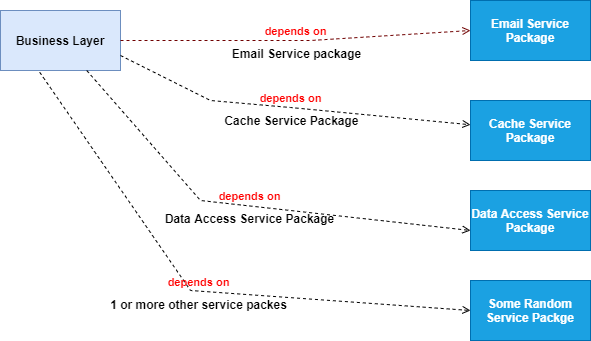
Earlier version of the draw.io export Images/PluginWithDependencyInversion.drawio.png (AdilAta/PluginWithDependencyInversion). Source tidied: cells renumbered, new cells last; positions are measured from the earlier drawing's top-left corner, leaving out a move shared by most shapes.
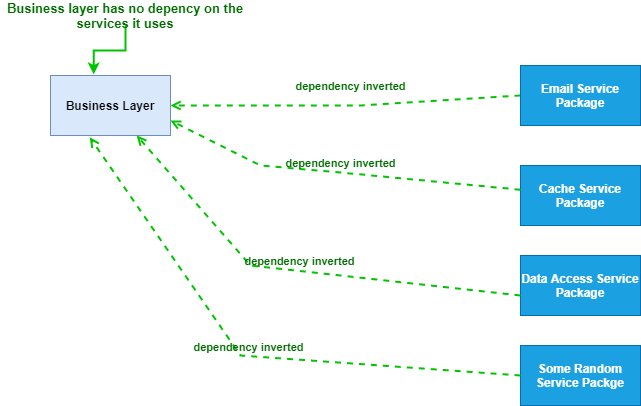
Later version of the same file.

Diff of the diagram source:
```diff
@@ -2,19 +2,16 @@
   <root>
     <mxCell id="0" />
     <mxCell id="1" parent="0" />
+    <mxCell id="3" value="&lt;font color=&quot;#006e00&quot;&gt;&lt;b&gt;dependency inverted&lt;/b&gt;&lt;/font&gt;" style="endArrow=open;html=1;rounded=0;align=center;verticalAlign=bottom;dashed=1;endFill=0;labelBackgroundColor=none;exitX=0;exitY=0.5;exitDx=0;exitDy=0;entryX=1;entryY=0.5;entryDx=0;entryDy=0;fontStyle=0;fillColor=#008a00;strokeWidth=2;strokeColor=#00C400;" parent="1" edge="1" source="5" target="2">
+      <mxGeometry x="-0.03" y="-10" relative="1" as="geometry">
+        <Array as="points">
+          <mxPoint x="310" y="40" />
+        </Array>
+      </mxGeometry>
+    </mxCell>
     <mxCell id="2" value="Business Layer" style="rounded=0;whiteSpace=wrap;html=1;fontStyle=1;fillColor=#dae8fc;strokeColor=#6c8ebf;" parent="1" vertex="1">
       <mxGeometry y="10" width="120" height="60" as="geometry" />
     </mxCell>
-    <mxCell id="3" value="&lt;font color=&quot;#ff0000&quot;&gt;depends on&lt;/font&gt;" style="endArrow=open;html=1;rounded=0;align=center;verticalAlign=bottom;dashed=1;endFill=0;labelBackgroundColor=none;exitX=1;exitY=0.5;exitDx=0;exitDy=0;entryX=0;entryY=0.5;entryDx=0;entryDy=0;fontStyle=1;fillColor=#a20025;strokeColor=#6F0000;" parent="1" edge="1" source="2" target="5">
-      <mxGeometry relative="1" as="geometry">
-        <Array as="points">
-          <mxPoint x="310" y="40" />
-        </Array>
-      </mxGeometry>
-    </mxCell>
-    <mxCell id="4" value="Email Service package" style="html=1;align=center;verticalAlign=top;labelBackgroundColor=none;fontStyle=1;" parent="3" vertex="1">
-      <mxGeometry relative="1" as="geometry" />
-    </mxCell>
     <mxCell id="5" value="Email Service Package" style="rounded=0;whiteSpace=wrap;html=1;fontStyle=1;fillColor=#1ba1e2;strokeColor=#006EAF;fontColor=#ffffff;" parent="1" vertex="1">
       <mxGeometry x="470" width="120" height="60" as="geometry" />
     </mxCell>
@@ -27,37 +24,34 @@
     <mxCell id="8" value="Some Random Service Packge" style="rounded=0;whiteSpace=wrap;html=1;fontStyle=1;fillColor=#1ba1e2;strokeColor=#006EAF;fontColor=#ffffff;" parent="1" vertex="1">
       <mxGeometry x="470" y="280" width="120" height="60" as="geometry" />
     </mxCell>
-    <mxCell id="9" value="&lt;font color=&quot;#ff0000&quot;&gt;depends on&lt;/font&gt;" style="endArrow=open;html=1;rounded=0;align=center;verticalAlign=bottom;dashed=1;endFill=0;labelBackgroundColor=none;exitX=1;exitY=0.75;exitDx=0;exitDy=0;fontStyle=1;" parent="1" edge="1" source="2" target="6">
+    <mxCell id="9" value="&lt;b style=&quot;color: rgb(0 , 110 , 0)&quot;&gt;dependency inverted&lt;/b&gt;" style="endArrow=open;html=1;rounded=0;align=center;verticalAlign=bottom;dashed=1;endFill=0;labelBackgroundColor=none;fontStyle=0;entryX=1;entryY=0.75;entryDx=0;entryDy=0;fillColor=#008a00;strokeWidth=2;strokeColor=#00C400;" parent="1" edge="1" source="6" target="2">
       <mxGeometry relative="1" as="geometry">
         <Array as="points">
+          <mxPoint x="290" y="107" />
           <mxPoint x="210" y="100" />
-          <mxPoint x="290" y="107" />
         </Array>
       </mxGeometry>
     </mxCell>
-    <mxCell id="10" value="Cache Service Package" style="html=1;align=center;verticalAlign=top;labelBackgroundColor=none;fontStyle=1;" parent="9" vertex="1">
-      <mxGeometry relative="1" as="geometry" />
-    </mxCell>
-    <mxCell id="11" value="&lt;font color=&quot;#ff0000&quot;&gt;depends on&lt;/font&gt;" style="endArrow=open;html=1;rounded=0;align=center;verticalAlign=bottom;dashed=1;endFill=0;labelBackgroundColor=none;fontStyle=1;" parent="1" edge="1" source="2">
+    <mxCell id="11" value="&lt;b style=&quot;color: rgb(0 , 110 , 0)&quot;&gt;dependency inverted&lt;/b&gt;" style="endArrow=open;html=1;rounded=0;align=center;verticalAlign=bottom;dashed=1;endFill=0;labelBackgroundColor=none;fontStyle=1;fillColor=#cdeb8b;strokeWidth=2;strokeColor=#00C400;" parent="1" edge="1" target="2">
       <mxGeometry relative="1" as="geometry">
-        <mxPoint x="470" y="230" as="targetPoint" />
+        <mxPoint x="470" y="230" as="sourcePoint" />
         <Array as="points">
           <mxPoint x="200" y="200" />
         </Array>
       </mxGeometry>
     </mxCell>
-    <mxCell id="12" value="Data Access Service Package" style="html=1;align=center;verticalAlign=top;labelBackgroundColor=none;fontStyle=1;" parent="11" vertex="1">
-      <mxGeometry relative="1" as="geometry" />
-    </mxCell>
-    <mxCell id="13" value="&lt;font color=&quot;#ff0000&quot;&gt;depends on&lt;/font&gt;" style="endArrow=open;html=1;rounded=0;align=center;verticalAlign=bottom;dashed=1;endFill=0;labelBackgroundColor=none;entryX=0;entryY=0.5;entryDx=0;entryDy=0;exitX=0.327;exitY=1.03;exitDx=0;exitDy=0;exitPerimeter=0;fontStyle=1;" parent="1" edge="1" source="2" target="8">
+    <mxCell id="13" value="&lt;b style=&quot;color: rgb(0 , 110 , 0)&quot;&gt;dependency inverted&lt;/b&gt;" style="endArrow=open;html=1;rounded=0;align=center;verticalAlign=bottom;dashed=1;endFill=0;labelBackgroundColor=none;entryX=0.327;entryY=1.03;entryDx=0;entryDy=0;exitX=0;exitY=0.5;exitDx=0;exitDy=0;fontStyle=1;entryPerimeter=0;strokeWidth=2;strokeColor=#00C400;" parent="1" edge="1" source="8" target="2">
       <mxGeometry relative="1" as="geometry">
         <Array as="points">
           <mxPoint x="190" y="290" />
         </Array>
       </mxGeometry>
     </mxCell>
-    <mxCell id="14" value="1 or more other service packes" style="html=1;align=center;verticalAlign=top;labelBackgroundColor=none;fontStyle=1;" parent="13" vertex="1">
-      <mxGeometry relative="1" as="geometry" />
-    </mxCell>
+    <mxCell id="15" style="edgeStyle=orthogonalEdgeStyle;rounded=0;jettySize=auto;html=1;entryX=0.36;entryY=-0.017;entryDx=0;entryDy=0;entryPerimeter=0;strokeColor=#00C400;strokeWidth=2;" parent="1" edge="1" source="16" target="2">
+      <mxGeometry relative="1" as="geometry" />
+    </mxCell>
+    <mxCell id="16" value="&lt;b style=&quot;font-size: 13px&quot;&gt;&lt;font color=&quot;#006e00&quot;&gt;Business layer has no depency on the services it uses&lt;/font&gt;&lt;/b&gt;" style="text;html=1;strokeColor=none;fillColor=none;align=center;verticalAlign=middle;whiteSpace=wrap;rounded=0;fontSize=13;" parent="1" vertex="1">
+      <mxGeometry x="-50" y="-60" width="250" height="20" as="geometry" />
+    </mxCell>
   </root>
 </mxGraphModel>
```
